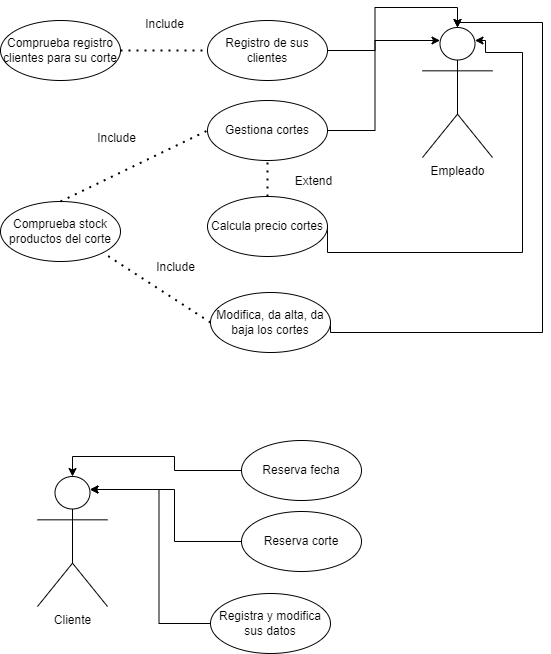
Earlier version of the draw.io export doc/casos_uso/DrawIO/Casos-Uso.png (Jorgeev27/Servicio-Peluqueria). Source tidied: cells renumbered, new cells last; positions are measured from the earlier drawing's top-left corner, leaving out a move shared by most shapes.
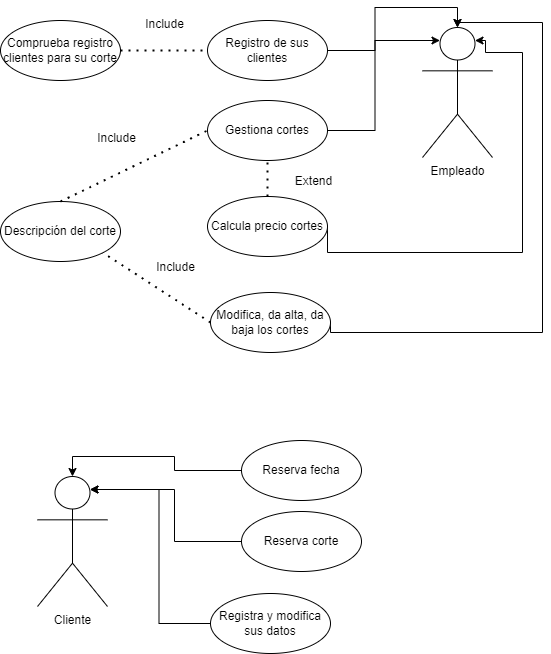
After the change.

Change to the diagram source:
```diff
@@ -51,7 +51,7 @@
     <mxCell id="13" value="Modifica, da alta, da baja los cortes" style="ellipse;whiteSpace=wrap;html=1;" parent="1" vertex="1">
       <mxGeometry x="210" y="281" width="120" height="60" as="geometry" />
     </mxCell>
-    <mxCell id="14" value="Comprueba stock productos del corte" style="ellipse;whiteSpace=wrap;html=1;" parent="1" vertex="1">
+    <mxCell id="14" value="Descripción del corte" style="ellipse;whiteSpace=wrap;html=1;" parent="1" vertex="1">
       <mxGeometry y="190" width="120" height="60" as="geometry" />
     </mxCell>
     <mxCell id="15" style="endArrow=none;dashed=1;html=1;dashPattern=1 3;strokeWidth=2;rounded=0;entryX=0.5;entryY=1;entryDx=0;entryDy=0;exitX=0.5;exitY=0;exitDx=0;exitDy=0;exitPerimeter=0;" parent="1" edge="1" source="11" target="9">
```
